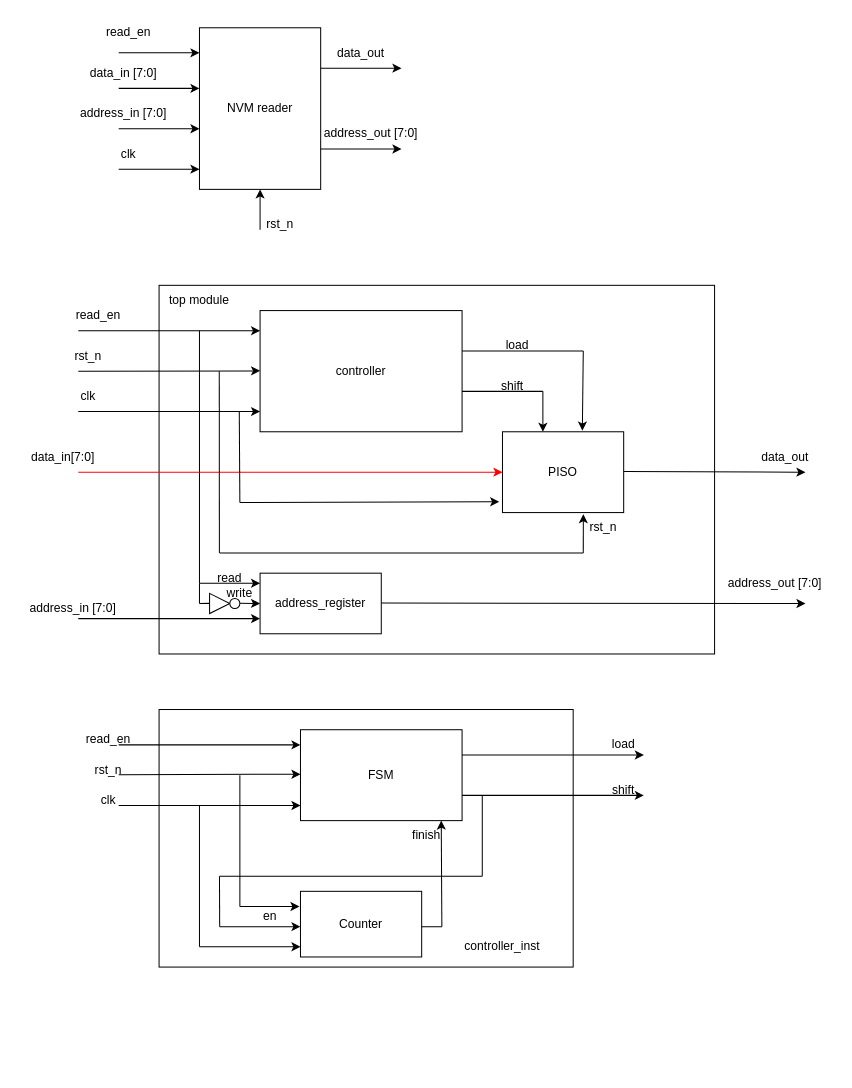
Above: page "High level specification" (1 of 4) of NVM.drawio in 106210049/NVM-reader (draw.io), before the change. Source tidied: cells renumbered, new cells numbered last; positions are measured from the earlier drawing's top-left corner, leaving out a move shared by most shapes. Both pictures are drawn from the tidied source at 101%, with x=0, y=0 at pixel (17, 17).
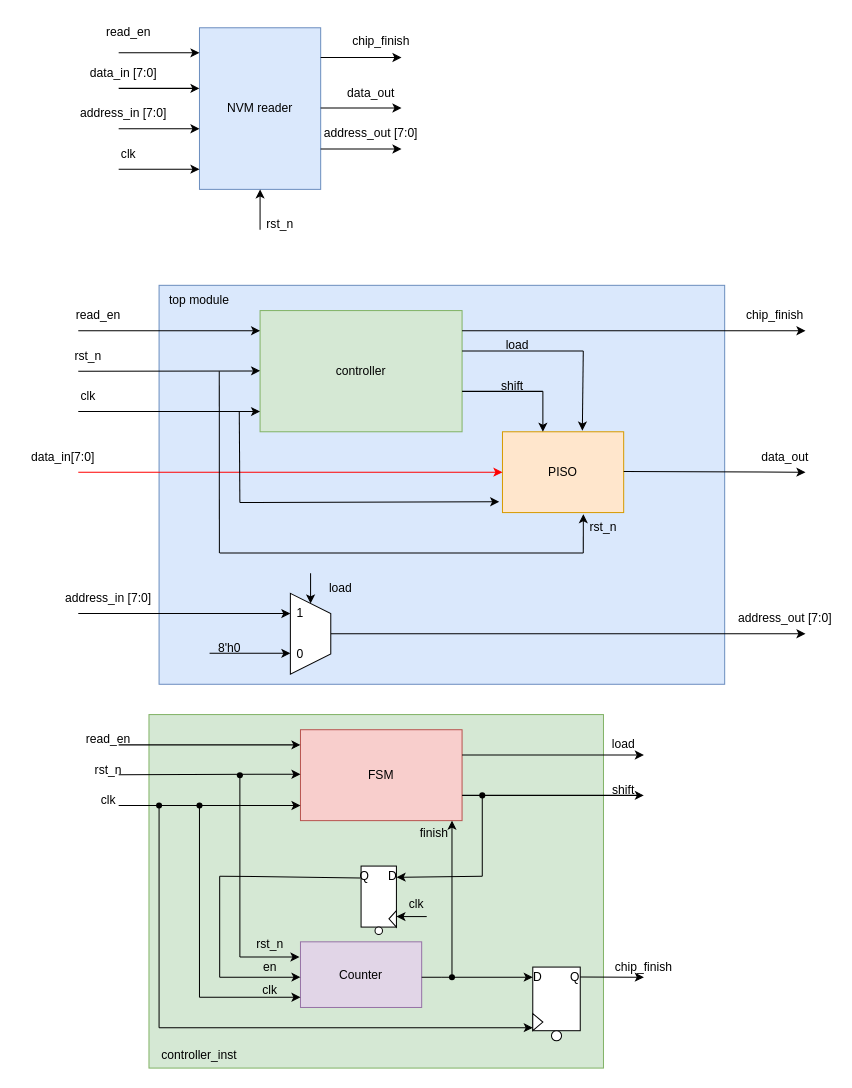
The same diagram, later.

The edit, as a diff of the source:
```diff
@@
+    <mxCell id="83" style="rounded=0;whiteSpace=wrap;html=1;fillColor=#d5e8d4;strokeColor=#82b366;" parent="1" vertex="1">
+      <mxGeometry x="130" y="690" width="450" height="350" as="geometry" />
+    </mxCell>
-    <mxCell id="2" style="rounded=0;whiteSpace=wrap;html=1;" parent="1" vertex="1">
-      <mxGeometry x="140" y="265" width="550" height="365" as="geometry" />
+    <mxCell id="2" style="rounded=0;whiteSpace=wrap;html=1;fillColor=#dae8fc;strokeColor=#6c8ebf;" parent="1" vertex="1">
+      <mxGeometry x="140" y="265" width="560" height="395" as="geometry" />
     </mxCell>
-    <mxCell id="3" style="rounded=0;whiteSpace=wrap;html=1;" parent="1" vertex="1">
-      <mxGeometry x="140" y="685" width="410" height="255" as="geometry" />
-    </mxCell>
-    <mxCell id="4" value="NVM reader" style="rounded=0;whiteSpace=wrap;html=1;" parent="1" vertex="1">
+    <mxCell id="4" value="NVM reader" style="rounded=0;whiteSpace=wrap;html=1;fillColor=#dae8fc;strokeColor=#6c8ebf;" parent="1" vertex="1">
       <mxGeometry x="180" y="10" width="120" height="160" as="geometry" />
     </mxCell>
@@
     <mxCell id="10" style="endArrow=classic;html=1;rounded=0;" parent="1" edge="1">
       <mxGeometry relative="1" as="geometry">
-        <mxPoint x="300" y="50" as="sourcePoint" />
-        <mxPoint x="380" y="50" as="targetPoint" />
+        <mxPoint x="300" y="89.4" as="sourcePoint" />
+        <mxPoint x="380" y="89.4" as="targetPoint" />
       </mxGeometry>
     </mxCell>
     <mxCell id="11" value="data_out" style="text;strokeColor=none;align=center;fillColor=none;html=1;verticalAlign=middle;whiteSpace=wrap;rounded=0;" parent="1" vertex="1">
-      <mxGeometry x="310" y="20" width="60" height="30" as="geometry" />
+      <mxGeometry x="320" y="60" width="60" height="30" as="geometry" />
     </mxCell>
@@
-    <mxCell id="17" value="controller" style="rounded=0;whiteSpace=wrap;html=1;" parent="1" vertex="1">
+    <mxCell id="17" value="controller" style="rounded=0;whiteSpace=wrap;html=1;fillColor=#d5e8d4;strokeColor=#82b366;" parent="1" vertex="1">
       <mxGeometry x="240" y="290" width="200" height="120" as="geometry" />
     </mxCell>
-    <mxCell id="18" value="PISO" style="rounded=0;whiteSpace=wrap;html=1;" parent="1" vertex="1">
+    <mxCell id="18" value="PISO" style="rounded=0;whiteSpace=wrap;html=1;fillColor=#ffe6cc;strokeColor=#d79b00;" parent="1" vertex="1">
       <mxGeometry x="480" y="410" width="120" height="80" as="geometry" />
     </mxCell>
@@
-    <mxCell id="41" value="address_register" style="rounded=0;whiteSpace=wrap;html=1;" parent="1" vertex="1">
-      <mxGeometry x="240" y="550" width="120" height="60" as="geometry" />
-    </mxCell>
-    <mxCell id="42" style="endArrow=none;html=1;rounded=0;" parent="1" edge="1">
-      <mxGeometry relative="1" as="geometry">
-        <mxPoint x="180" y="560" as="sourcePoint" />
-        <mxPoint x="180" y="310" as="targetPoint" />
-      </mxGeometry>
-    </mxCell>
-    <mxCell id="43" style="endArrow=classic;html=1;rounded=0;entryX=0;entryY=0.333;entryDx=0;entryDy=0;entryPerimeter=0;" parent="1" edge="1">
-      <mxGeometry relative="1" as="geometry">
-        <mxPoint x="180" y="560" as="sourcePoint" />
-        <mxPoint x="240" y="560" as="targetPoint" />
-      </mxGeometry>
-    </mxCell>
-    <mxCell id="44" value="read" style="text;strokeColor=none;align=center;fillColor=none;html=1;verticalAlign=middle;whiteSpace=wrap;rounded=0;" parent="1" vertex="1">
-      <mxGeometry x="180" y="540" width="60" height="30" as="geometry" />
-    </mxCell>
-    <mxCell id="45" style="endArrow=classic;html=1;rounded=0;" parent="1" edge="1">
-      <mxGeometry relative="1" as="geometry">
-        <mxPoint x="60" y="595" as="sourcePoint" />
-        <mxPoint x="240" y="595" as="targetPoint" />
-      </mxGeometry>
-    </mxCell>
     <mxCell id="46" value="address_in [7:0]" style="text;strokeColor=none;align=center;fillColor=none;html=1;verticalAlign=middle;whiteSpace=wrap;rounded=0;" parent="1" vertex="1">
-      <mxGeometry x="10" y="570" width="90" height="30" as="geometry" />
+      <mxGeometry x="45" y="560" width="90" height="30" as="geometry" />
     </mxCell>
-    <mxCell id="47" style="endArrow=classic;html=1;rounded=0;" parent="1" edge="1">
-      <mxGeometry relative="1" as="geometry">
-        <mxPoint x="360" y="579.6" as="sourcePoint" />
-        <mxPoint x="780" y="580" as="targetPoint" />
-      </mxGeometry>
-    </mxCell>
     <mxCell id="48" value="address_out [7:0]" style="text;strokeColor=none;align=center;fillColor=none;html=1;verticalAlign=middle;whiteSpace=wrap;rounded=0;" parent="1" vertex="1">
-      <mxGeometry x="700" y="545" width="100" height="30" as="geometry" />
+      <mxGeometry x="710" y="580" width="100" height="30" as="geometry" />
     </mxCell>
-    <mxCell id="49" style="triangle;whiteSpace=wrap;html=1;" parent="1" vertex="1">
-      <mxGeometry x="190" y="570" width="20" height="20" as="geometry" />
-    </mxCell>
-    <mxCell id="50" style="ellipse;whiteSpace=wrap;html=1;" parent="1" vertex="1">
-      <mxGeometry x="210" y="575" width="10" height="10" as="geometry" />
-    </mxCell>
-    <mxCell id="51" style="endArrow=none;html=1;rounded=0;" parent="1" edge="1">
-      <mxGeometry relative="1" as="geometry">
-        <mxPoint x="180" y="580" as="sourcePoint" />
-        <mxPoint x="180" y="560" as="targetPoint" />
-      </mxGeometry>
-    </mxCell>
-    <mxCell id="52" style="endArrow=classic;html=1;rounded=0;" parent="1" edge="1">
-      <mxGeometry relative="1" as="geometry">
-        <mxPoint x="220" y="579.8" as="sourcePoint" />
-        <mxPoint x="240" y="580" as="targetPoint" />
-      </mxGeometry>
-    </mxCell>
-    <mxCell id="53" style="endArrow=none;html=1;rounded=0;" parent="1" edge="1">
-      <mxGeometry relative="1" as="geometry">
-        <mxPoint x="180" y="580" as="sourcePoint" />
-        <mxPoint x="190" y="579.9" as="targetPoint" />
-      </mxGeometry>
-    </mxCell>
-    <mxCell id="54" value="write" style="text;strokeColor=none;align=center;fillColor=none;html=1;verticalAlign=middle;whiteSpace=wrap;rounded=0;" parent="1" vertex="1">
-      <mxGeometry x="190" y="555" width="60" height="30" as="geometry" />
-    </mxCell>
-    <mxCell id="55" value="FSM" style="rounded=0;whiteSpace=wrap;html=1;" parent="1" vertex="1">
+    <mxCell id="55" value="FSM" style="rounded=0;whiteSpace=wrap;html=1;fillColor=#f8cecc;strokeColor=#b85450;" parent="1" vertex="1">
       <mxGeometry x="280" y="705" width="160" height="90" as="geometry" />
     </mxCell>
-    <mxCell id="56" value="Counter" style="rounded=0;whiteSpace=wrap;html=1;" parent="1" vertex="1">
-      <mxGeometry x="280" y="865" width="120" height="65" as="geometry" />
+    <mxCell id="56" value="Counter" style="rounded=0;whiteSpace=wrap;html=1;fillColor=#e1d5e7;strokeColor=#9673a6;" parent="1" vertex="1">
+      <mxGeometry x="280" y="915" width="120" height="65" as="geometry" />
     </mxCell>
     <mxCell id="57" value="controller_inst" style="text;strokeColor=none;align=center;fillColor=none;html=1;verticalAlign=middle;whiteSpace=wrap;rounded=0;" parent="1" vertex="1">
-      <mxGeometry x="450" y="905" width="60" height="30" as="geometry" />
+      <mxGeometry x="150" y="1013" width="60" height="30" as="geometry" />
     </mxCell>
@@
     <mxCell id="68" style="endArrow=none;html=1;rounded=0;" parent="1" edge="1">
       <mxGeometry relative="1" as="geometry">
-        <mxPoint x="180" y="920" as="sourcePoint" />
+        <mxPoint x="180" y="970" as="sourcePoint" />
         <mxPoint x="180" y="780" as="targetPoint" />
       </mxGeometry>
     </mxCell>
     <mxCell id="69" style="endArrow=classic;html=1;rounded=0;entryX=0;entryY=0.75;entryDx=0;entryDy=0;" parent="1" edge="1">
       <mxGeometry relative="1" as="geometry">
-        <mxPoint x="180" y="919.9" as="sourcePoint" />
-        <mxPoint x="280" y="919.9" as="targetPoint" />
+        <mxPoint x="180" y="969.9" as="sourcePoint" />
+        <mxPoint x="280" y="969.9" as="targetPoint" />
       </mxGeometry>
     </mxCell>
     <mxCell id="70" style="endArrow=none;html=1;rounded=0;" parent="1" edge="1">
       <mxGeometry relative="1" as="geometry">
-        <mxPoint x="220" y="880" as="sourcePoint" />
+        <mxPoint x="220" y="930" as="sourcePoint" />
         <mxPoint x="220" y="750" as="targetPoint" />
       </mxGeometry>
     </mxCell>
     <mxCell id="71" style="endArrow=classic;html=1;rounded=0;entryX=-0.008;entryY=0.081;entryDx=0;entryDy=0;entryPerimeter=0;" parent="1" edge="1">
       <mxGeometry relative="1" as="geometry">
-        <mxPoint x="220" y="880.1" as="sourcePoint" />
-        <mxPoint x="279" y="880" as="targetPoint" />
+        <mxPoint x="220" y="930.1" as="sourcePoint" />
+        <mxPoint x="279" y="930" as="targetPoint" />
       </mxGeometry>
     </mxCell>
-    <mxCell id="72" style="endArrow=none;html=1;rounded=0;" parent="1" edge="1">
+    <mxCell id="72" style="endArrow=none;html=1;rounded=0;" parent="1" edge="1" target="105">
       <mxGeometry relative="1" as="geometry">
         <mxPoint x="460" y="850" as="sourcePoint" />
-        <mxPoint x="460" y="770" as="targetPoint" />
       </mxGeometry>
     </mxCell>
-    <mxCell id="73" style="endArrow=none;html=1;rounded=0;" parent="1" edge="1">
-      <mxGeometry relative="1" as="geometry">
-        <mxPoint x="200" y="850" as="sourcePoint" />
-        <mxPoint x="460" y="850" as="targetPoint" />
-      </mxGeometry>
-    </mxCell>
-    <mxCell id="74" style="endArrow=none;html=1;rounded=0;" parent="1" edge="1">
-      <mxGeometry relative="1" as="geometry">
-        <mxPoint x="200" y="900" as="sourcePoint" />
-        <mxPoint x="199.8" y="850" as="targetPoint" />
-      </mxGeometry>
-    </mxCell>
     <mxCell id="75" style="endArrow=classic;html=1;rounded=0;entryX=0;entryY=0.538;entryDx=0;entryDy=0;entryPerimeter=0;" parent="1" edge="1" target="56">
       <mxGeometry relative="1" as="geometry">
-        <mxPoint x="200" y="900" as="sourcePoint" />
+        <mxPoint x="200" y="950" as="sourcePoint" />
       </mxGeometry>
     </mxCell>
     <mxCell id="76" value="en" style="text;strokeColor=none;align=center;fillColor=none;html=1;verticalAlign=middle;whiteSpace=wrap;rounded=0;" parent="1" vertex="1">
-      <mxGeometry x="220" y="875" width="60" height="30" as="geometry" />
+      <mxGeometry x="240" y="932.5" width="20" height="15" as="geometry" />
     </mxCell>
     <mxCell id="77" style="endArrow=none;html=1;rounded=0;exitX=1;exitY=0.538;exitDx=0;exitDy=0;exitPerimeter=0;" parent="1" edge="1" source="56">
       <mxGeometry relative="1" as="geometry">
-        <mxPoint x="420" y="900" as="targetPoint" />
+        <mxPoint x="420" y="950" as="targetPoint" />
       </mxGeometry>
     </mxCell>
-    <mxCell id="78" style="endArrow=classic;html=1;rounded=0;entryX=0.871;entryY=0.999;entryDx=0;entryDy=0;entryPerimeter=0;" parent="1" edge="1" target="55">
+    <mxCell id="78" style="endArrow=classic;html=1;rounded=0;entryX=0.871;entryY=0.999;entryDx=0;entryDy=0;entryPerimeter=0;" parent="1" edge="1" source="91">
       <mxGeometry relative="1" as="geometry">
-        <mxPoint x="420" y="900" as="sourcePoint" />
+        <mxPoint x="430" y="795" as="targetPoint" />
       </mxGeometry>
     </mxCell>
     <mxCell id="79" value="finish" style="text;strokeColor=none;align=center;fillColor=none;html=1;verticalAlign=middle;whiteSpace=wrap;rounded=0;" parent="1" vertex="1">
-      <mxGeometry x="375" y="795" width="60" height="30" as="geometry" />
+      <mxGeometry x="390" y="795" width="45" height="25" as="geometry" />
     </mxCell>
@@
+    <mxCell id="84" style="group;" parent="1" vertex="1">
+      <mxGeometry x="510" y="940" width="47" height="73" as="geometry" />
+    </mxCell>
+    <mxCell id="85" style="rounded=0;whiteSpace=wrap;html=1;" parent="84" vertex="1">
+      <mxGeometry width="47" height="63" as="geometry" />
+    </mxCell>
+    <mxCell id="86" value="D" style="text;strokeColor=none;align=center;fillColor=none;html=1;verticalAlign=middle;whiteSpace=wrap;rounded=0;" parent="84" vertex="1">
+      <mxGeometry width="10" height="20" as="geometry" />
+    </mxCell>
+    <mxCell id="87" style="triangle;whiteSpace=wrap;html=1;" parent="84" vertex="1">
+      <mxGeometry y="46" width="10" height="17" as="geometry" />
+    </mxCell>
+    <mxCell id="88" value="Q" style="text;strokeColor=none;align=center;fillColor=none;html=1;verticalAlign=middle;whiteSpace=wrap;rounded=0;" parent="84" vertex="1">
+      <mxGeometry x="37" width="10" height="20" as="geometry" />
+    </mxCell>
+    <mxCell id="89" style="ellipse;whiteSpace=wrap;html=1;" parent="84" vertex="1">
+      <mxGeometry x="18.5" y="63" width="10" height="10" as="geometry" />
+    </mxCell>
+    <mxCell id="90" style="endArrow=classic;html=1;rounded=0;entryX=0;entryY=0.5;entryDx=0;entryDy=0;" parent="1" edge="1" target="86">
+      <mxGeometry relative="1" as="geometry">
+        <mxPoint x="420" y="950" as="sourcePoint" />
+      </mxGeometry>
+    </mxCell>
+    <mxCell id="91" style="shape=waypoint;sketch=0;fillStyle=solid;size=6;points=[];fillColor=none;perimeter=centerPerimeter;snapToPoint=1;" parent="1" vertex="1">
+      <mxGeometry x="420" y="940" width="20" height="20" as="geometry" />
+    </mxCell>
+    <mxCell id="92" style="endArrow=classic;html=1;rounded=0;" parent="1" edge="1">
+      <mxGeometry relative="1" as="geometry">
+        <mxPoint x="300" y="39.4" as="sourcePoint" />
+        <mxPoint x="380" y="39.4" as="targetPoint" />
+      </mxGeometry>
+    </mxCell>
+    <mxCell id="93" value="chip_finish" style="text;strokeColor=none;align=center;fillColor=none;html=1;verticalAlign=middle;whiteSpace=wrap;rounded=0;" parent="1" vertex="1">
+      <mxGeometry x="330" y="9.4" width="60" height="30" as="geometry" />
+    </mxCell>
+    <mxCell id="94" style="endArrow=classic;html=1;rounded=0;" parent="1" edge="1">
+      <mxGeometry relative="1" as="geometry">
+        <mxPoint x="440" y="310" as="sourcePoint" />
+        <mxPoint x="780" y="310" as="targetPoint" />
+      </mxGeometry>
+    </mxCell>
+    <mxCell id="95" value="chip_finish" style="text;strokeColor=none;align=center;fillColor=none;html=1;verticalAlign=middle;whiteSpace=wrap;rounded=0;" parent="1" vertex="1">
+      <mxGeometry x="720" y="280" width="60" height="30" as="geometry" />
+    </mxCell>
+    <mxCell id="96" style="endArrow=classic;html=1;rounded=0;" parent="1" edge="1">
+      <mxGeometry relative="1" as="geometry">
+        <mxPoint x="557" y="949.8" as="sourcePoint" />
+        <mxPoint x="620" y="950" as="targetPoint" />
+      </mxGeometry>
+    </mxCell>
+    <mxCell id="97" value="chip_finish" style="text;strokeColor=none;align=center;fillColor=none;html=1;verticalAlign=middle;whiteSpace=wrap;rounded=0;" parent="1" vertex="1">
+      <mxGeometry x="590" y="925" width="60" height="30" as="geometry" />
+    </mxCell>
+    <mxCell id="98" style="endArrow=classic;html=1;rounded=0;" parent="1" edge="1">
+      <mxGeometry relative="1" as="geometry">
+        <mxPoint x="140" y="1000" as="sourcePoint" />
+        <mxPoint x="510" y="1000" as="targetPoint" />
+      </mxGeometry>
+    </mxCell>
+    <mxCell id="99" value="clk" style="text;strokeColor=none;align=center;fillColor=none;html=1;verticalAlign=middle;whiteSpace=wrap;rounded=0;" parent="1" vertex="1">
+      <mxGeometry x="230" y="955" width="40" height="15" as="geometry" />
+    </mxCell>
+    <mxCell id="100" value="rst_n" style="text;strokeColor=none;align=center;fillColor=none;html=1;verticalAlign=middle;whiteSpace=wrap;rounded=0;" parent="1" vertex="1">
+      <mxGeometry x="235" y="910" width="30" height="15" as="geometry" />
+    </mxCell>
+    <mxCell id="101" style="endArrow=none;html=1;rounded=0;" parent="1" edge="1">
+      <mxGeometry relative="1" as="geometry">
+        <mxPoint x="140" y="1000" as="sourcePoint" />
+        <mxPoint x="140" y="780" as="targetPoint" />
+      </mxGeometry>
+    </mxCell>
+    <mxCell id="102" style="shape=waypoint;sketch=0;fillStyle=solid;size=6;fillColor=none;perimeter=centerPerimeter;" parent="1" vertex="1">
+      <mxGeometry x="130" y="770" width="20" height="20" as="geometry" />
+    </mxCell>
+    <mxCell id="103" style="shape=waypoint;sketch=0;fillStyle=solid;size=6;fillColor=none;perimeter=centerPerimeter;" parent="1" vertex="1">
+      <mxGeometry x="170" y="770" width="20" height="20" as="geometry" />
+    </mxCell>
+    <mxCell id="104" style="shape=waypoint;sketch=0;fillStyle=solid;size=6;fillColor=none;perimeter=centerPerimeter;" parent="1" vertex="1">
+      <mxGeometry x="210" y="740" width="20" height="20" as="geometry" />
+    </mxCell>
+    <mxCell id="105" style="shape=waypoint;sketch=0;fillStyle=solid;size=6;points=[];fillColor=none;perimeter=centerPerimeter;snapToPoint=1;" parent="1" vertex="1">
+      <mxGeometry x="450" y="760" width="20" height="20" as="geometry" />
+    </mxCell>
+    <mxCell id="106" style="group;flipV=0;flipH=1;" parent="1" vertex="1">
+      <mxGeometry x="340" y="840" width="35" height="70" as="geometry" />
+    </mxCell>
+    <mxCell id="107" style="group;" parent="106" vertex="1">
+      <mxGeometry width="35" height="70" as="geometry" />
+    </mxCell>
+    <mxCell id="108" style="rounded=0;whiteSpace=wrap;html=1;flipH=1;flipV=0;" parent="107" vertex="1">
+      <mxGeometry width="35" height="60.4" as="geometry" />
+    </mxCell>
+    <mxCell id="109" value="D" style="text;strokeColor=none;align=center;fillColor=none;html=1;verticalAlign=middle;whiteSpace=wrap;rounded=0;" parent="107" vertex="1">
+      <mxGeometry x="27.6" width="7.4" height="19.2" as="geometry" />
+    </mxCell>
+    <mxCell id="110" value="Q" style="text;strokeColor=none;align=center;fillColor=none;html=1;verticalAlign=middle;whiteSpace=wrap;rounded=0;" parent="107" vertex="1">
+      <mxGeometry width="7.4" height="19.2" as="geometry" />
+    </mxCell>
+    <mxCell id="111" style="ellipse;whiteSpace=wrap;html=1;" parent="107" vertex="1">
+      <mxGeometry x="13.8" y="60.4" width="7.4" height="7.4" as="geometry" />
+    </mxCell>
+    <mxCell id="112" style="triangle;whiteSpace=wrap;html=1;flipH=1;" parent="107" vertex="1">
+      <mxGeometry x="27.6" y="44.1" width="7.4" height="16.3" as="geometry" />
+    </mxCell>
+    <mxCell id="113" style="endArrow=classic;html=1;rounded=0;entryX=1.023;entryY=0.578;entryDx=0;entryDy=0;entryPerimeter=0;" parent="1" edge="1" target="109">
+      <mxGeometry relative="1" as="geometry">
+        <mxPoint x="460" y="850" as="sourcePoint" />
+      </mxGeometry>
+    </mxCell>
+    <mxCell id="114" style="endArrow=none;html=1;rounded=0;entryX=-0.107;entryY=0.609;entryDx=0;entryDy=0;entryPerimeter=0;" parent="1" edge="1" target="110">
+      <mxGeometry relative="1" as="geometry">
+        <mxPoint x="200" y="850" as="sourcePoint" />
+      </mxGeometry>
+    </mxCell>
+    <mxCell id="115" style="endArrow=none;html=1;rounded=0;" parent="1" edge="1">
+      <mxGeometry relative="1" as="geometry">
+        <mxPoint x="200" y="950" as="sourcePoint" />
+        <mxPoint x="200" y="850" as="targetPoint" />
+      </mxGeometry>
+    </mxCell>
+    <mxCell id="116" style="endArrow=classic;html=1;rounded=0;" parent="1" edge="1">
+      <mxGeometry relative="1" as="geometry">
+        <mxPoint x="405" y="890" as="sourcePoint" />
+        <mxPoint x="375" y="890" as="targetPoint" />
+      </mxGeometry>
+    </mxCell>
+    <mxCell id="117" value="clk" style="text;strokeColor=none;align=center;fillColor=none;html=1;verticalAlign=middle;whiteSpace=wrap;rounded=0;" parent="1" vertex="1">
+      <mxGeometry x="380" y="870" width="30" height="15" as="geometry" />
+    </mxCell>
+    <mxCell id="118" style="group;" parent="1" vertex="1">
+      <mxGeometry x="190" y="550" width="160" height="100" as="geometry" />
+    </mxCell>
+    <mxCell id="119" style="endArrow=classic;html=1;rounded=0;" parent="118" edge="1">
+      <mxGeometry relative="1" as="geometry">
+        <mxPoint x="120" y="60" as="sourcePoint" />
+        <mxPoint x="590" y="60" as="targetPoint" />
+      </mxGeometry>
+    </mxCell>
+    <mxCell id="120" style="endArrow=classic;html=1;rounded=0;" parent="118" edge="1">
+      <mxGeometry relative="1" as="geometry">
+        <mxPoint x="-130" y="40" as="sourcePoint" />
+        <mxPoint x="80" y="40" as="targetPoint" />
+      </mxGeometry>
+    </mxCell>
+    <mxCell id="121" style="endArrow=classic;html=1;rounded=0;" parent="118" edge="1">
+      <mxGeometry relative="1" as="geometry">
+        <mxPoint y="79.4" as="sourcePoint" />
+        <mxPoint x="80" y="79.4" as="targetPoint" />
+      </mxGeometry>
+    </mxCell>
+    <mxCell id="122" style="endArrow=classic;html=1;rounded=0;" parent="118" edge="1">
+      <mxGeometry relative="1" as="geometry">
+        <mxPoint x="100" as="sourcePoint" />
+        <mxPoint x="100" y="30" as="targetPoint" />
+      </mxGeometry>
+    </mxCell>
+    <mxCell id="123" style="group;" parent="118" vertex="1">
+      <mxGeometry x="80" y="20" width="40" height="80" as="geometry" />
+    </mxCell>
+    <mxCell id="124" style="shape=trapezoid;perimeter=trapezoidPerimeter;whiteSpace=wrap;html=1;fixedSize=1;rotation=90;" parent="123" vertex="1">
+      <mxGeometry x="-20" y="20" width="80" height="40" as="geometry" />
+    </mxCell>
+    <mxCell id="125" value="0" style="text;strokeColor=none;align=center;fillColor=none;html=1;verticalAlign=middle;whiteSpace=wrap;rounded=0;" parent="123" vertex="1">
+      <mxGeometry y="50" width="20" height="20" as="geometry" />
+    </mxCell>
+    <mxCell id="126" value="1" style="text;strokeColor=none;align=center;fillColor=none;html=1;verticalAlign=middle;whiteSpace=wrap;rounded=0;" parent="123" vertex="1">
+      <mxGeometry y="10" width="20" height="20" as="geometry" />
+    </mxCell>
+    <mxCell id="127" value="load" style="text;strokeColor=none;align=center;fillColor=none;html=1;verticalAlign=middle;whiteSpace=wrap;rounded=0;" parent="118" vertex="1">
+      <mxGeometry x="100" width="60" height="30" as="geometry" />
+    </mxCell>
+    <mxCell id="128" value="8'h0" style="text;strokeColor=none;align=center;fillColor=none;html=1;verticalAlign=middle;whiteSpace=wrap;rounded=0;" parent="118" vertex="1">
+      <mxGeometry x="-10" y="60" width="60" height="30" as="geometry" />
+    </mxCell>
```
